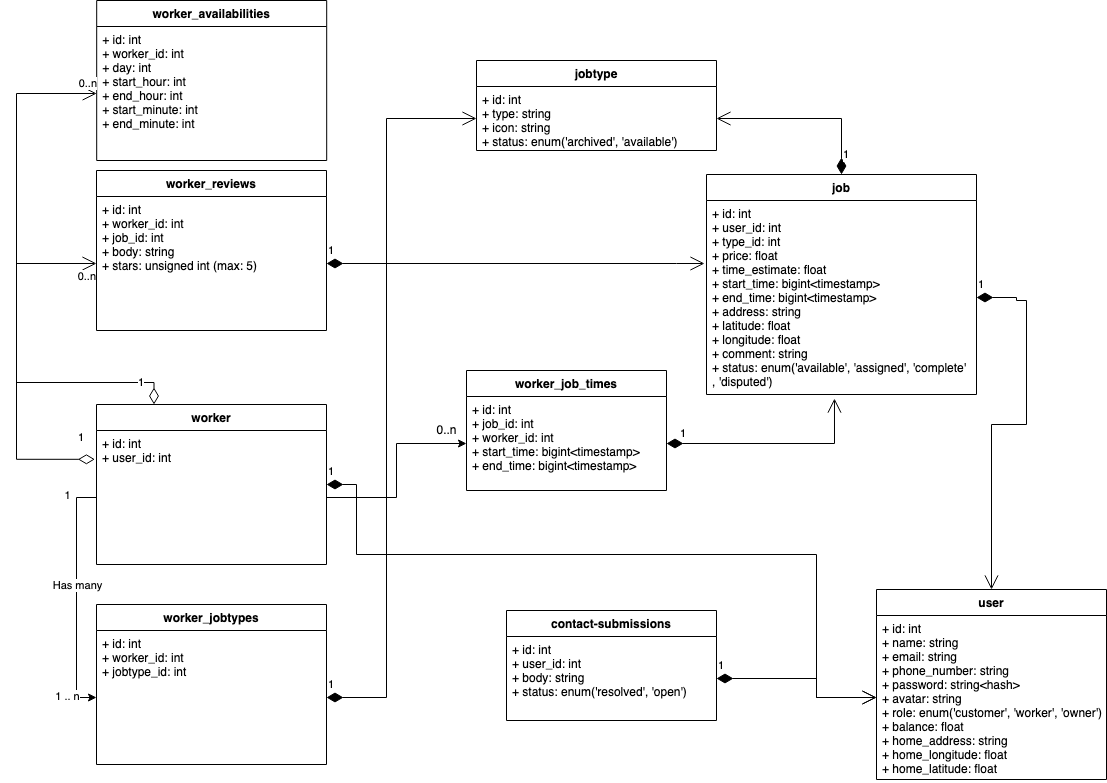
Before: docs/database-uml-class-diagram.png, a diagram exported from draw.io (Simponic/JobFindr). Source tidied: cells renumbered, new cells last; positions are measured from the earlier drawing's top-left corner, leaving out a move shared by most shapes.
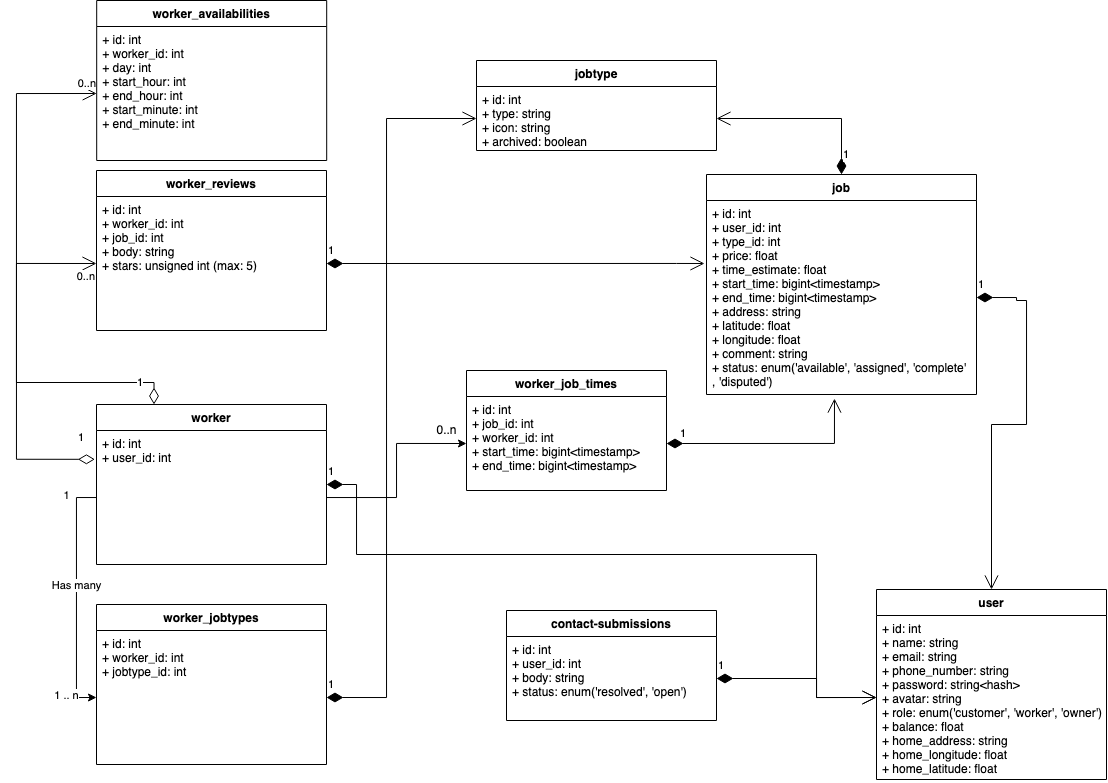
The same diagram one commit later.

Commit message:
Change field name to archived

Diff of the diagram source:
```diff
@@ -5,7 +5,7 @@
     <mxCell id="2" value="jobtype" style="swimlane;fontStyle=1;align=center;verticalAlign=top;horizontal=1;startSize=26;" parent="1" vertex="1">
       <mxGeometry x="460" y="60" width="240" height="90" as="geometry" />
     </mxCell>
-    <mxCell id="3" value="+ id: int&#10;+ type: string&#10;+ icon: string&#10;+ status: enum('archived', 'available')&#10;&#10;" style="text;strokeColor=none;fillColor=none;align=left;verticalAlign=top;spacingLeft=4;spacingRight=4;overflow=hidden;points=[[0,0.5],[1,0.5]];portConstraint=eastwest;" parent="2" vertex="1">
+    <mxCell id="3" value="+ id: int&#10;+ type: string&#10;+ icon: string&#10;+ archived: boolean&#10;&#10;" style="text;strokeColor=none;fillColor=none;align=left;verticalAlign=top;spacingLeft=4;spacingRight=4;overflow=hidden;points=[[0,0.5],[1,0.5]];portConstraint=eastwest;" parent="2" vertex="1">
       <mxGeometry y="26" width="240" height="64" as="geometry" />
     </mxCell>
     <mxCell id="4" value="user" style="swimlane;fontStyle=1;align=center;verticalAlign=top;horizontal=1;startSize=26;" parent="1" vertex="1">
```
